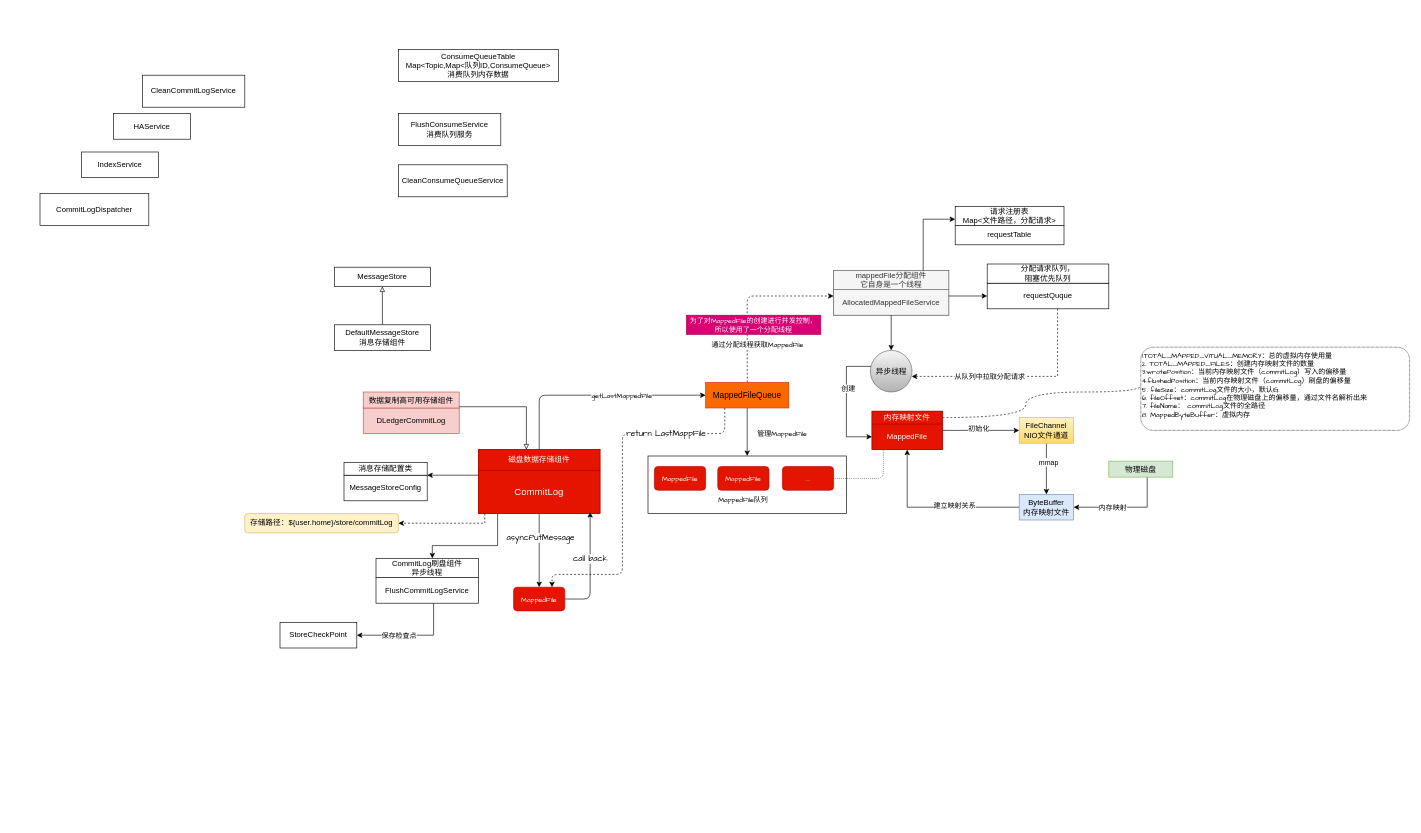
Earlier version of the draw.io diagram page "存储架构" (6 of 6) of 未命名绘图.drawio (plx927/Java-Core-learning). Source tidied: cells renumbered, new cells numbered last; positions are measured from the earlier drawing's top-left corner, leaving out a move shared by most shapes. Both pictures are drawn from the tidied source at 64%, with x=0, y=0 at pixel (40, 49).
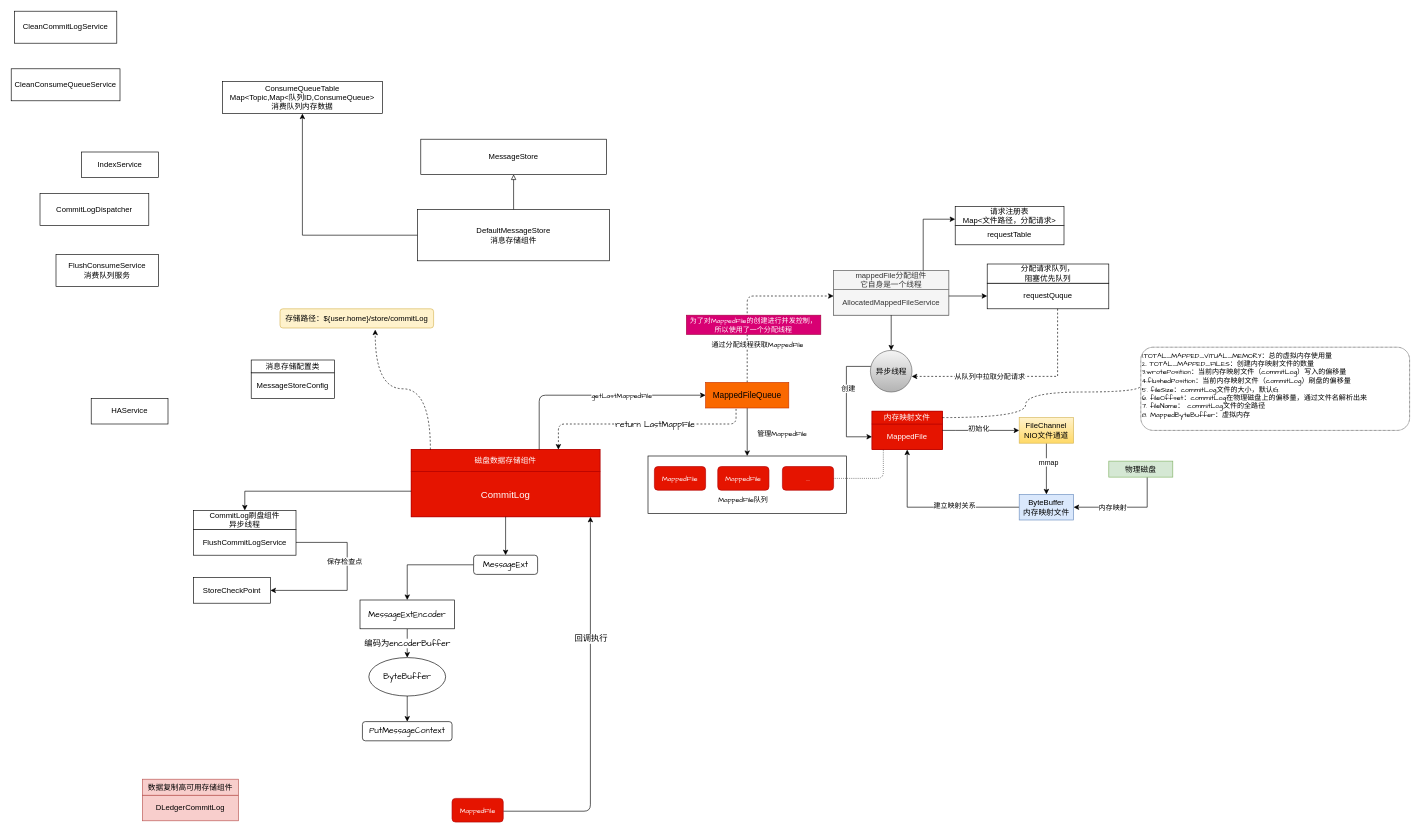
The same diagram, later.

Commit message (it also covers changes not shown here):
更新未命名绘图.drawio

Unchanged cells that the change refers to:
```xml
<mxCell id="47" value="数据复制高可用存储组件" style="rounded=0;whiteSpace=wrap;html=1;fillColor=#f8cecc;strokeColor=#b85450;" parent="45" vertex="1">
  <mxGeometry width="150" height="25" as="geometry" />
</mxCell>
<mxCell id="51" value="消息存储配置类" style="rounded=0;whiteSpace=wrap;html=1;" parent="49" vertex="1">
  <mxGeometry y="10" width="130" height="20" as="geometry" />
</mxCell>
<mxCell id="58" value="FlushCommitLogService" style="rounded=0;whiteSpace=wrap;html=1;" parent="57" vertex="1">
  <mxGeometry y="30" width="160" height="40" as="geometry" />
</mxCell>
<mxCell id="59" value="CommitLog刷盘组件&lt;br&gt;异步线程" style="rounded=0;whiteSpace=wrap;html=1;" parent="57" vertex="1">
  <mxGeometry width="160" height="30" as="geometry" />
</mxCell>
<mxCell id="68" value="MappedFileQueue" style="rounded=0;whiteSpace=wrap;html=1;fillColor=#fa6800;strokeColor=#C73500;fontColor=#000000;fontSize=13;" parent="1" vertex="1">
  <mxGeometry x="1040" y="520" width="130" height="40" as="geometry" />
</mxCell>
```

Change to the diagram source:
```diff
@@
+    <mxCell id="86" style="edgeStyle=orthogonalEdgeStyle;rounded=0;jettySize=auto;html=1;entryX=0.5;entryY=1;entryDx=0;entryDy=0;fontFamily=Comic Sans MS;fontSize=13;fontColor=#000000;startArrow=none;startFill=0;endArrow=classic;endFill=1;" parent="1" edge="1" source="4" target="6">
+      <mxGeometry relative="1" as="geometry" />
+    </mxCell>
     <mxCell id="4" value="DefaultMessageStore&lt;br&gt;消息存储组件" style="rounded=0;whiteSpace=wrap;html=1;" parent="1" vertex="1">
-      <mxGeometry x="460" y="430" width="150" height="40" as="geometry" />
+      <mxGeometry x="590" y="250" width="300" height="80" as="geometry" />
     </mxCell>
     <mxCell id="5" value="MessageStore" style="rounded=0;whiteSpace=wrap;html=1;" parent="1" vertex="1">
-      <mxGeometry x="460" y="340" width="150" height="30" as="geometry" />
+      <mxGeometry x="595" y="140" width="290" height="55" as="geometry" />
     </mxCell>
     <mxCell id="6" value="ConsumeQueueTable&lt;br&gt;Map&amp;lt;Topic,Map&amp;lt;队列ID,ConsumeQueue&amp;gt;&lt;br&gt;消费队列内存数据" style="rounded=0;whiteSpace=wrap;html=1;" parent="1" vertex="1">
-      <mxGeometry x="560" width="250" height="50" as="geometry" />
+      <mxGeometry x="285" y="50" width="250" height="50" as="geometry" />
     </mxCell>
     <mxCell id="7" value="FlushConsumeService&lt;br&gt;消费队列服务" style="rounded=0;whiteSpace=wrap;html=1;" parent="1" vertex="1">
-      <mxGeometry x="560" y="100" width="160" height="50" as="geometry" />
+      <mxGeometry x="25" y="320" width="160" height="50" as="geometry" />
     </mxCell>
     <mxCell id="8" value="CleanCommitLogService&lt;br&gt;" style="rounded=0;whiteSpace=wrap;html=1;" parent="1" vertex="1">
-      <mxGeometry x="160" y="40" width="160" height="50" as="geometry" />
+      <mxGeometry x="-40" y="-60" width="160" height="50" as="geometry" />
     </mxCell>
     <mxCell id="9" value="CleanConsumeQueueService" style="rounded=0;whiteSpace=wrap;html=1;" parent="1" vertex="1">
-      <mxGeometry x="560" y="180" width="170" height="50" as="geometry" />
+      <mxGeometry x="-45" y="30" width="170" height="50" as="geometry" />
     </mxCell>
@@
     <mxCell id="11" value="HAService" style="rounded=0;whiteSpace=wrap;html=1;" parent="1" vertex="1">
-      <mxGeometry x="115" y="100" width="120" height="40" as="geometry" />
+      <mxGeometry x="80" y="545" width="120" height="40" as="geometry" />
     </mxCell>
     <mxCell id="12" value="StoreCheckPoint" style="rounded=0;whiteSpace=wrap;html=1;" parent="1" vertex="1">
-      <mxGeometry x="375" y="895" width="120" height="40" as="geometry" />
+      <mxGeometry x="240" y="825" width="120" height="40" as="geometry" />
     </mxCell>
@@
     <mxCell id="42" style="group;fillColor=#e51400;strokeColor=#B20000;fontColor=#ffffff;fontFamily=Comic Sans MS;" parent="1" vertex="1">
-      <mxGeometry x="685" y="625" width="190" height="100" as="geometry" />
+      <mxGeometry x="580" y="625" width="295" height="105" as="geometry" />
     </mxCell>
     <mxCell id="43" value="&lt;font style=&quot;font-size: 15px;&quot;&gt;CommitLog&lt;/font&gt;" style="rounded=0;whiteSpace=wrap;html=1;fillColor=#e51400;strokeColor=#B20000;fontColor=#ffffff;" parent="42" vertex="1">
-      <mxGeometry y="32.7" width="190" height="67.3" as="geometry" />
+      <mxGeometry y="34.3" width="295" height="70.7" as="geometry" />
     </mxCell>
     <mxCell id="44" value="磁盘数据存储组件" style="rounded=0;whiteSpace=wrap;html=1;fillColor=#e51400;strokeColor=#B20000;fontColor=#ffffff;" parent="42" vertex="1">
-      <mxGeometry width="190" height="32.7" as="geometry" />
+      <mxGeometry width="295" height="34.3" as="geometry" />
     </mxCell>
     <mxCell id="45" style="group;" parent="1" vertex="1">
-      <mxGeometry x="505" y="535" width="150" height="65" as="geometry" />
+      <mxGeometry x="160" y="1140" width="150" height="65" as="geometry" />
     </mxCell>
@@
-    <mxCell id="48" style="edgeStyle=orthogonalEdgeStyle;rounded=0;jettySize=auto;html=1;endArrow=block;endFill=0;" parent="1" edge="1" source="47">
-      <mxGeometry relative="1" as="geometry">
-        <mxPoint x="760" y="625" as="targetPoint" />
-        <Array as="points">
-          <mxPoint x="760" y="558" />
-        </Array>
-      </mxGeometry>
-    </mxCell>
     <mxCell id="49" style="group;" parent="1" vertex="1">
-      <mxGeometry x="475" y="635" width="130" height="70" as="geometry" />
+      <mxGeometry x="330" y="475" width="130" height="70" as="geometry" />
     </mxCell>
@@
-    <mxCell id="52" style="edgeStyle=orthogonalEdgeStyle;rounded=0;jettySize=auto;html=1;endArrow=classic;endFill=1;entryX=1;entryY=1;entryDx=0;entryDy=0;" parent="1" edge="1" source="43" target="51">
-      <mxGeometry relative="1" as="geometry">
-        <Array as="points">
-          <mxPoint x="635" y="665" />
-          <mxPoint x="635" y="665" />
-        </Array>
-      </mxGeometry>
-    </mxCell>
     <mxCell id="53" value="存储路径：${user.home}/store/commitLog" style="rounded=1;whiteSpace=wrap;html=1;fillColor=#fff2cc;strokeColor=#d6b656;" parent="1" vertex="1">
-      <mxGeometry x="320" y="725" width="240" height="30" as="geometry" />
+      <mxGeometry x="375" y="405" width="240" height="30" as="geometry" />
     </mxCell>
@@
     <mxCell id="57" style="group;" parent="1" vertex="1">
-      <mxGeometry x="525" y="795" width="160" height="70" as="geometry" />
+      <mxGeometry x="240" y="720" width="160" height="70" as="geometry" />
     </mxCell>
@@
-    <mxCell id="60" style="edgeStyle=orthogonalEdgeStyle;rounded=0;jettySize=auto;html=1;startArrow=none;startFill=0;endArrow=classic;endFill=1;" parent="1" edge="1" source="43">
-      <mxGeometry relative="1" as="geometry">
-        <mxPoint x="613" y="795" as="targetPoint" />
-        <Array as="points">
-          <mxPoint x="715" y="775" />
-          <mxPoint x="613" y="775" />
-        </Array>
-      </mxGeometry>
-    </mxCell>
     <mxCell id="61" style="edgeStyle=orthogonalEdgeStyle;rounded=0;jettySize=auto;html=1;entryX=1;entryY=0.5;entryDx=0;entryDy=0;startArrow=none;startFill=0;endArrow=classic;endFill=1;" parent="1" edge="1" source="58" target="12">
       <mxGeometry relative="1" as="geometry">
         <Array as="points">
-          <mxPoint x="615" y="915" />
+          <mxPoint x="480" y="845" />
         </Array>
       </mxGeometry>
     </mxCell>
     <mxCell id="62" value="保存检查点" style="edgeLabel;html=1;align=center;verticalAlign=middle;" parent="61" vertex="1">
       <mxGeometry x="0.02" relative="1" as="geometry">
-        <mxPoint x="-18" as="offset" />
+        <mxPoint x="-5" y="-31" as="offset" />
       </mxGeometry>
     </mxCell>
-    <mxCell id="63" style="edgeStyle=orthogonalEdgeStyle;rounded=0;jettySize=auto;html=1;entryX=1;entryY=0.5;entryDx=0;entryDy=0;startArrow=none;startFill=0;endArrow=classic;endFill=1;dashed=1;" parent="1" edge="1" source="43" target="53">
-      <mxGeometry relative="1" as="geometry">
-        <Array as="points">
-          <mxPoint x="695" y="740" />
-        </Array>
-      </mxGeometry>
-    </mxCell>
@@
-    <mxCell id="66" style="edgeStyle=orthogonalEdgeStyle;rounded=1;jettySize=auto;html=1;entryX=0.75;entryY=0;entryDx=0;entryDy=0;fontFamily=Comic Sans MS;fontSize=13;fontColor=#000000;startArrow=none;startFill=0;endArrow=classic;endFill=1;dashed=1;" parent="1" edge="1" source="68" target="83">
+    <mxCell id="66" style="edgeStyle=orthogonalEdgeStyle;rounded=1;jettySize=auto;html=1;fontFamily=Comic Sans MS;fontSize=13;fontColor=#000000;startArrow=none;startFill=0;endArrow=classic;endFill=1;dashed=1;exitX=0.366;exitY=1.036;exitDx=0;exitDy=0;exitPerimeter=0;" parent="1" edge="1" source="68">
       <mxGeometry relative="1" as="geometry">
+        <mxPoint x="810" y="625" as="targetPoint" />
         <Array as="points">
-          <mxPoint x="1070" y="600" />
-          <mxPoint x="910" y="600" />
-          <mxPoint x="910" y="820" />
-          <mxPoint x="800" y="820" />
+          <mxPoint x="1088" y="585" />
+          <mxPoint x="810" y="585" />
         </Array>
       </mxGeometry>
     </mxCell>
     <mxCell id="67" value="return LastMappFile" style="edgeLabel;html=1;align=center;verticalAlign=middle;fontSize=13;fontFamily=Comic Sans MS;fontColor=#000000;" parent="66" vertex="1">
       <mxGeometry x="-0.54" y="-1" relative="1" as="geometry">
-        <mxPoint x="-7" y="1" as="offset" />
+        <mxPoint x="-73" y="1" as="offset" />
       </mxGeometry>
     </mxCell>
@@
-    <mxCell id="81" style="edgeStyle=orthogonalEdgeStyle;rounded=1;jettySize=auto;html=1;entryX=0.919;entryY=0.964;entryDx=0;entryDy=0;entryPerimeter=0;fontFamily=Comic Sans MS;fontSize=13;fontColor=#000000;startArrow=none;startFill=0;endArrow=classic;endFill=1;" parent="1" edge="1" source="83" target="43">
+    <mxCell id="81" style="edgeStyle=orthogonalEdgeStyle;rounded=1;jettySize=auto;html=1;fontFamily=Comic Sans MS;fontSize=13;fontColor=#000000;startArrow=none;startFill=0;endArrow=classic;endFill=1;" parent="1" edge="1" source="83">
       <mxGeometry relative="1" as="geometry">
+        <mxPoint x="860" y="730" as="targetPoint" />
         <Array as="points">
-          <mxPoint x="860" y="858" />
+          <mxPoint x="860" y="1190" />
         </Array>
       </mxGeometry>
     </mxCell>
-    <mxCell id="82" value="call back" style="edgeLabel;html=1;align=center;verticalAlign=middle;fontSize=13;fontFamily=Comic Sans MS;fontColor=#000000;" parent="81" vertex="1">
+    <mxCell id="82" value="回调执行" style="edgeLabel;html=1;align=center;verticalAlign=middle;fontSize=13;fontFamily=Comic Sans MS;fontColor=#000000;" parent="81" vertex="1">
       <mxGeometry x="0.44" y="-3" relative="1" as="geometry">
         <mxPoint x="-3" y="23" as="offset" />
       </mxGeometry>
     </mxCell>
     <mxCell id="83" value="MappedFile" style="rounded=1;whiteSpace=wrap;html=1;fontFamily=Comic Sans MS;fontSize=11;fontColor=#ffffff;fillColor=#e51400;strokeColor=#B20000;" parent="1" vertex="1">
-      <mxGeometry x="740" y="840" width="80" height="37" as="geometry" />
+      <mxGeometry x="643.8" y="1170" width="80" height="37" as="geometry" />
     </mxCell>
-    <mxCell id="84" style="edgeStyle=orthogonalEdgeStyle;rounded=1;jettySize=auto;html=1;entryX=0.5;entryY=0;entryDx=0;entryDy=0;fontFamily=Comic Sans MS;fontSize=13;fontColor=#000000;startArrow=none;startFill=0;endArrow=classic;endFill=1;" parent="1" edge="1" source="43" target="83">
-      <mxGeometry relative="1" as="geometry" />
-    </mxCell>
-    <mxCell id="85" value="asyncPutMessage" style="edgeLabel;html=1;align=center;verticalAlign=middle;fontSize=13;fontFamily=Comic Sans MS;fontColor=#000000;" parent="84" vertex="1">
-      <mxGeometry x="-0.35" y="1" relative="1" as="geometry" />
-    </mxCell>
+    <mxCell id="87" style="edgeStyle=orthogonalEdgeStyle;rounded=0;jettySize=auto;html=1;entryX=0.5;entryY=0;entryDx=0;entryDy=0;fontFamily=Comic Sans MS;fontSize=13;fontColor=#000000;startArrow=none;startFill=0;endArrow=classic;endFill=1;" parent="1" edge="1" source="43" target="59">
+      <mxGeometry relative="1" as="geometry">
+        <Array as="points">
+          <mxPoint x="320" y="690" />
+        </Array>
+      </mxGeometry>
+    </mxCell>
+    <mxCell id="88" value="编码为encoderBuffer" style="edgeStyle=orthogonalEdgeStyle;rounded=0;jettySize=auto;html=1;fontFamily=Comic Sans MS;fontSize=13;fontColor=#000000;startArrow=none;startFill=0;endArrow=classic;endFill=1;" parent="1" edge="1" source="89" target="95">
+      <mxGeometry relative="1" as="geometry" />
+    </mxCell>
+    <mxCell id="89" value="MessageExtEncoder" style="rounded=0;whiteSpace=wrap;html=1;fontFamily=Comic Sans MS;fontSize=13;fontColor=#000000;" parent="1" vertex="1">
+      <mxGeometry x="500" y="860" width="147.5" height="45" as="geometry" />
+    </mxCell>
+    <mxCell id="90" style="edgeStyle=orthogonalEdgeStyle;jettySize=auto;html=1;entryX=0.62;entryY=1.086;entryDx=0;entryDy=0;entryPerimeter=0;fontFamily=Comic Sans MS;fontSize=13;fontColor=#000000;startArrow=none;startFill=0;endArrow=classic;endFill=1;curved=1;dashed=1;" parent="1" edge="1" source="44" target="53">
+      <mxGeometry relative="1" as="geometry">
+        <Array as="points">
+          <mxPoint x="610" y="530" />
+          <mxPoint x="524" y="530" />
+        </Array>
+      </mxGeometry>
+    </mxCell>
+    <mxCell id="91" style="edgeStyle=orthogonalEdgeStyle;rounded=0;jettySize=auto;html=1;fontFamily=Comic Sans MS;fontSize=13;fontColor=#000000;startArrow=none;startFill=0;endArrow=classic;endFill=1;" parent="1" edge="1" source="92" target="89">
+      <mxGeometry relative="1" as="geometry" />
+    </mxCell>
+    <mxCell id="92" value="MessageExt" style="rounded=1;whiteSpace=wrap;html=1;fontFamily=Comic Sans MS;fontSize=13;fontColor=#000000;" parent="1" vertex="1">
+      <mxGeometry x="677.5" y="790" width="100" height="30" as="geometry" />
+    </mxCell>
+    <mxCell id="93" style="edgeStyle=orthogonalEdgeStyle;jettySize=auto;html=1;fontFamily=Comic Sans MS;fontSize=13;fontColor=#000000;startArrow=none;startFill=0;endArrow=classic;endFill=1;rounded=0;" parent="1" edge="1" source="43" target="92">
+      <mxGeometry relative="1" as="geometry" />
+    </mxCell>
+    <mxCell id="94" style="edgeStyle=orthogonalEdgeStyle;rounded=0;jettySize=auto;html=1;entryX=0.5;entryY=0;entryDx=0;entryDy=0;fontFamily=Comic Sans MS;fontSize=13;fontColor=#000000;startArrow=none;startFill=0;endArrow=classic;endFill=1;" parent="1" edge="1" source="95" target="96">
+      <mxGeometry relative="1" as="geometry" />
+    </mxCell>
+    <mxCell id="95" value="ByteBuffer" style="ellipse;whiteSpace=wrap;html=1;fontSize=13;fontFamily=Comic Sans MS;fontColor=#000000;rounded=0;" parent="1" vertex="1">
+      <mxGeometry x="513.8" y="950" width="120" height="60" as="geometry" />
+    </mxCell>
+    <mxCell id="96" value="PutMessageContext" style="rounded=1;whiteSpace=wrap;html=1;fontFamily=Comic Sans MS;fontSize=13;fontColor=#000000;" parent="1" vertex="1">
+      <mxGeometry x="503.8" y="1050" width="140" height="30" as="geometry" />
+    </mxCell>
```
